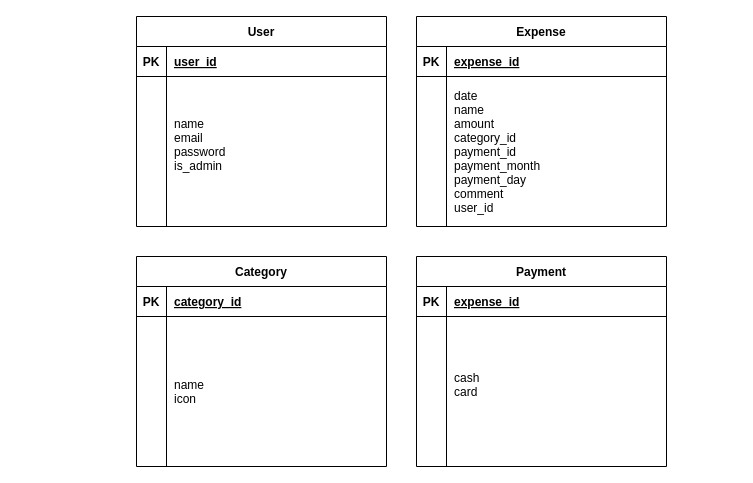
Before: ERM.drawio in yac0928/cash-flow-backend, a draw.io diagram. Source tidied: cells renumbered, new cells numbered last; positions are measured from the earlier drawing's top-left corner, leaving out a move shared by most shapes. Both pictures are drawn from the tidied source at 100%, with x=0, y=0 at pixel (136, 16).
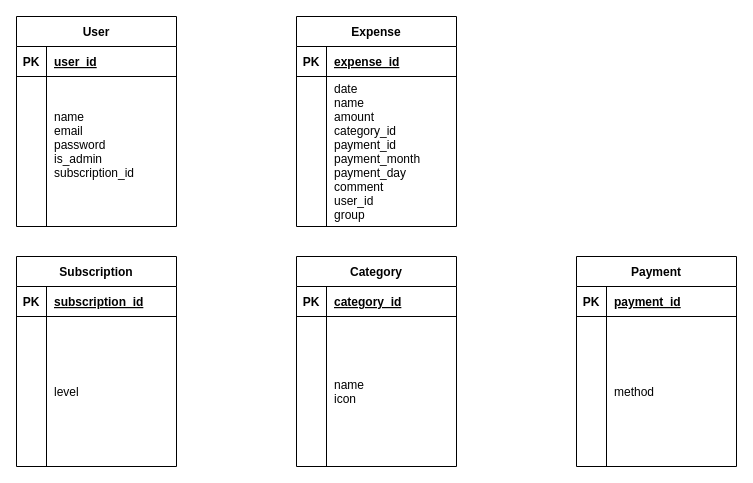
After the change.

Commit message (it also covers changes not shown here):
feat: add total-amount and category-filter

What changed in the source:
```diff
@@
     <mxCell id="2" value="User" style="shape=table;startSize=30;childLayout=tableLayout;rowLines=0;fontStyle=1;align=center;" parent="1" vertex="1">
-      <mxGeometry width="250" height="210" as="geometry" />
+      <mxGeometry x="-120" width="160" height="210" as="geometry" />
     </mxCell>
     <mxCell id="3" style="shape=partialRectangle;fillColor=none;top=0;left=0;right=0;bottom=1;" parent="2" vertex="1">
-      <mxGeometry y="30" width="250" height="30" as="geometry" />
+      <mxGeometry y="30" width="160" height="30" as="geometry" />
     </mxCell>
@@
     <mxCell id="5" value="user_id" style="shape=partialRectangle;overflow=hidden;fillColor=none;top=0;left=0;bottom=0;right=0;align=left;spacingLeft=6;fontStyle=5;" parent="3" vertex="1">
-      <mxGeometry x="30" width="220" height="30" as="geometry" />
+      <mxGeometry x="30" width="130" height="30" as="geometry" />
     </mxCell>
     <mxCell id="6" style="shape=partialRectangle;fillColor=none;top=0;left=0;right=0;bottom=0;" parent="2" vertex="1">
-      <mxGeometry y="60" width="250" height="150" as="geometry" />
+      <mxGeometry y="60" width="160" height="150" as="geometry" />
     </mxCell>
@@
-    <mxCell id="8" value="name&#10;email&#10;password&#10;is_admin&#10;" style="shape=partialRectangle;overflow=hidden;fillColor=none;top=0;left=0;bottom=0;right=0;align=left;spacingLeft=6;" parent="6" vertex="1">
-      <mxGeometry x="30" width="220" height="150" as="geometry" />
+    <mxCell id="8" value="name&#10;email&#10;password&#10;is_admin&#10;subscription_id&#10;" style="shape=partialRectangle;overflow=hidden;fillColor=none;top=0;left=0;bottom=0;right=0;align=left;spacingLeft=6;" parent="6" vertex="1">
+      <mxGeometry x="30" width="130" height="150" as="geometry" />
     </mxCell>
     <mxCell id="9" value="Expense" style="shape=table;startSize=30;childLayout=tableLayout;rowLines=0;fontStyle=1;align=center;" parent="1" vertex="1">
-      <mxGeometry x="280" width="250" height="210" as="geometry" />
+      <mxGeometry x="160" width="160" height="210" as="geometry" />
     </mxCell>
     <mxCell id="10" style="shape=partialRectangle;fillColor=none;top=0;left=0;right=0;bottom=1;" parent="9" vertex="1">
-      <mxGeometry y="30" width="250" height="30" as="geometry" />
+      <mxGeometry y="30" width="160" height="30" as="geometry" />
     </mxCell>
@@
     <mxCell id="12" value="expense_id" style="shape=partialRectangle;overflow=hidden;fillColor=none;top=0;left=0;bottom=0;right=0;align=left;spacingLeft=6;fontStyle=5;" parent="10" vertex="1">
-      <mxGeometry x="30" width="220" height="30" as="geometry" />
+      <mxGeometry x="30" width="130" height="30" as="geometry" />
     </mxCell>
     <mxCell id="13" style="shape=partialRectangle;fillColor=none;top=0;left=0;right=0;bottom=0;" parent="9" vertex="1">
-      <mxGeometry y="60" width="250" height="150" as="geometry" />
+      <mxGeometry y="60" width="160" height="150" as="geometry" />
     </mxCell>
@@
-    <mxCell id="15" value="date&#10;name&#10;amount&#10;category_id&#10;payment_id&#10;payment_month&#10;payment_day&#10;comment&#10;user_id" style="shape=partialRectangle;overflow=hidden;fillColor=none;top=0;left=0;bottom=0;right=0;align=left;spacingLeft=6;" parent="13" vertex="1">
-      <mxGeometry x="30" width="220" height="150" as="geometry" />
+    <mxCell id="15" value="date&#10;name&#10;amount&#10;category_id&#10;payment_id&#10;payment_month&#10;payment_day&#10;comment&#10;user_id&#10;group" style="shape=partialRectangle;overflow=hidden;fillColor=none;top=0;left=0;bottom=0;right=0;align=left;spacingLeft=6;" parent="13" vertex="1">
+      <mxGeometry x="30" width="130" height="150" as="geometry" />
     </mxCell>
     <mxCell id="16" value="Category" style="shape=table;startSize=30;childLayout=tableLayout;rowLines=0;fontStyle=1;align=center;" parent="1" vertex="1">
-      <mxGeometry y="240" width="250" height="210" as="geometry" />
+      <mxGeometry x="160" y="240" width="160" height="210" as="geometry" />
     </mxCell>
     <mxCell id="17" style="shape=partialRectangle;fillColor=none;top=0;left=0;right=0;bottom=1;" parent="16" vertex="1">
-      <mxGeometry y="30" width="250" height="30" as="geometry" />
+      <mxGeometry y="30" width="160" height="30" as="geometry" />
     </mxCell>
@@
     <mxCell id="19" value="category_id" style="shape=partialRectangle;overflow=hidden;fillColor=none;top=0;left=0;bottom=0;right=0;align=left;spacingLeft=6;fontStyle=5;" parent="17" vertex="1">
-      <mxGeometry x="30" width="220" height="30" as="geometry" />
+      <mxGeometry x="30" width="130" height="30" as="geometry" />
     </mxCell>
     <mxCell id="20" style="shape=partialRectangle;fillColor=none;top=0;left=0;right=0;bottom=0;" parent="16" vertex="1">
-      <mxGeometry y="60" width="250" height="150" as="geometry" />
+      <mxGeometry y="60" width="160" height="150" as="geometry" />
     </mxCell>
@@
     <mxCell id="22" value="name&#10;icon" style="shape=partialRectangle;overflow=hidden;fillColor=none;top=0;left=0;bottom=0;right=0;align=left;spacingLeft=6;" parent="20" vertex="1">
-      <mxGeometry x="30" width="220" height="150" as="geometry" />
+      <mxGeometry x="30" width="130" height="150" as="geometry" />
     </mxCell>
     <mxCell id="23" value="Payment" style="shape=table;startSize=30;childLayout=tableLayout;rowLines=0;fontStyle=1;align=center;" parent="1" vertex="1">
-      <mxGeometry x="280" y="240" width="250" height="210" as="geometry" />
+      <mxGeometry x="440" y="240" width="160" height="210" as="geometry" />
     </mxCell>
     <mxCell id="24" style="shape=partialRectangle;fillColor=none;top=0;left=0;right=0;bottom=1;" parent="23" vertex="1">
-      <mxGeometry y="30" width="250" height="30" as="geometry" />
+      <mxGeometry y="30" width="160" height="30" as="geometry" />
     </mxCell>
@@
-    <mxCell id="26" value="expense_id" style="shape=partialRectangle;overflow=hidden;fillColor=none;top=0;left=0;bottom=0;right=0;align=left;spacingLeft=6;fontStyle=5;" parent="24" vertex="1">
-      <mxGeometry x="30" width="220" height="30" as="geometry" />
+    <mxCell id="26" value="payment_id" style="shape=partialRectangle;overflow=hidden;fillColor=none;top=0;left=0;bottom=0;right=0;align=left;spacingLeft=6;fontStyle=5;" parent="24" vertex="1">
+      <mxGeometry x="30" width="130" height="30" as="geometry" />
     </mxCell>
     <mxCell id="27" style="shape=partialRectangle;fillColor=none;top=0;left=0;right=0;bottom=0;" parent="23" vertex="1">
-      <mxGeometry y="60" width="250" height="150" as="geometry" />
+      <mxGeometry y="60" width="160" height="150" as="geometry" />
     </mxCell>
@@
-    <mxCell id="29" value="cash&#10;card&#10;" style="shape=partialRectangle;overflow=hidden;fillColor=none;top=0;left=0;bottom=0;right=0;align=left;spacingLeft=6;" parent="27" vertex="1">
-      <mxGeometry x="30" width="220" height="150" as="geometry" />
+    <mxCell id="29" value="method" style="shape=partialRectangle;overflow=hidden;fillColor=none;top=0;left=0;bottom=0;right=0;align=left;spacingLeft=6;" parent="27" vertex="1">
+      <mxGeometry x="30" width="130" height="150" as="geometry" />
     </mxCell>
+    <mxCell id="30" value="Subscription" style="shape=table;startSize=30;childLayout=tableLayout;rowLines=0;fontStyle=1;align=center;" parent="1" vertex="1">
+      <mxGeometry x="-120" y="240" width="160" height="210" as="geometry" />
+    </mxCell>
+    <mxCell id="31" style="shape=partialRectangle;fillColor=none;top=0;left=0;right=0;bottom=1;" parent="30" vertex="1">
+      <mxGeometry y="30" width="160" height="30" as="geometry" />
+    </mxCell>
+    <mxCell id="32" value="PK" style="shape=partialRectangle;overflow=hidden;fillColor=none;top=0;left=0;bottom=0;right=0;fontStyle=1;" parent="31" vertex="1">
+      <mxGeometry width="30" height="30" as="geometry" />
+    </mxCell>
+    <mxCell id="33" value="subscription_id" style="shape=partialRectangle;overflow=hidden;fillColor=none;top=0;left=0;bottom=0;right=0;align=left;spacingLeft=6;fontStyle=5;" parent="31" vertex="1">
+      <mxGeometry x="30" width="130" height="30" as="geometry" />
+    </mxCell>
+    <mxCell id="34" style="shape=partialRectangle;fillColor=none;top=0;left=0;right=0;bottom=0;" parent="30" vertex="1">
+      <mxGeometry y="60" width="160" height="150" as="geometry" />
+    </mxCell>
+    <mxCell id="35" style="shape=partialRectangle;overflow=hidden;fillColor=none;top=0;left=0;bottom=0;right=0;" parent="34" vertex="1">
+      <mxGeometry width="30" height="150" as="geometry" />
+    </mxCell>
+    <mxCell id="36" value="level" style="shape=partialRectangle;overflow=hidden;fillColor=none;top=0;left=0;bottom=0;right=0;align=left;spacingLeft=6;" parent="34" vertex="1">
+      <mxGeometry x="30" width="130" height="150" as="geometry" />
+    </mxCell>
```
